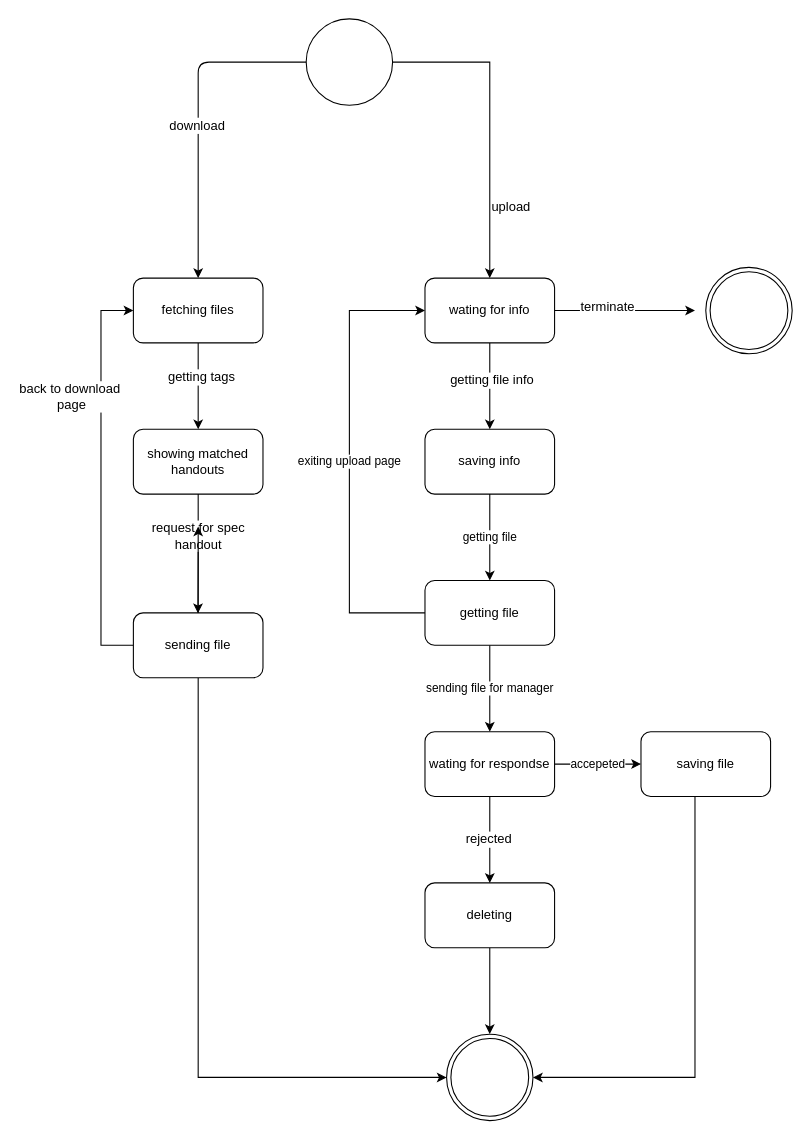
This is state diagram handout sharing.drawio from redZmortallancer/project-az-narm-1, a draw.io file, before an edit. Source tidied: cells renumbered, new cells numbered last; positions are measured from the earlier drawing's top-left corner, leaving out a move shared by most shapes. Both pictures are drawn from the tidied source at 108%, with x=0, y=0 at pixel (100, 18).
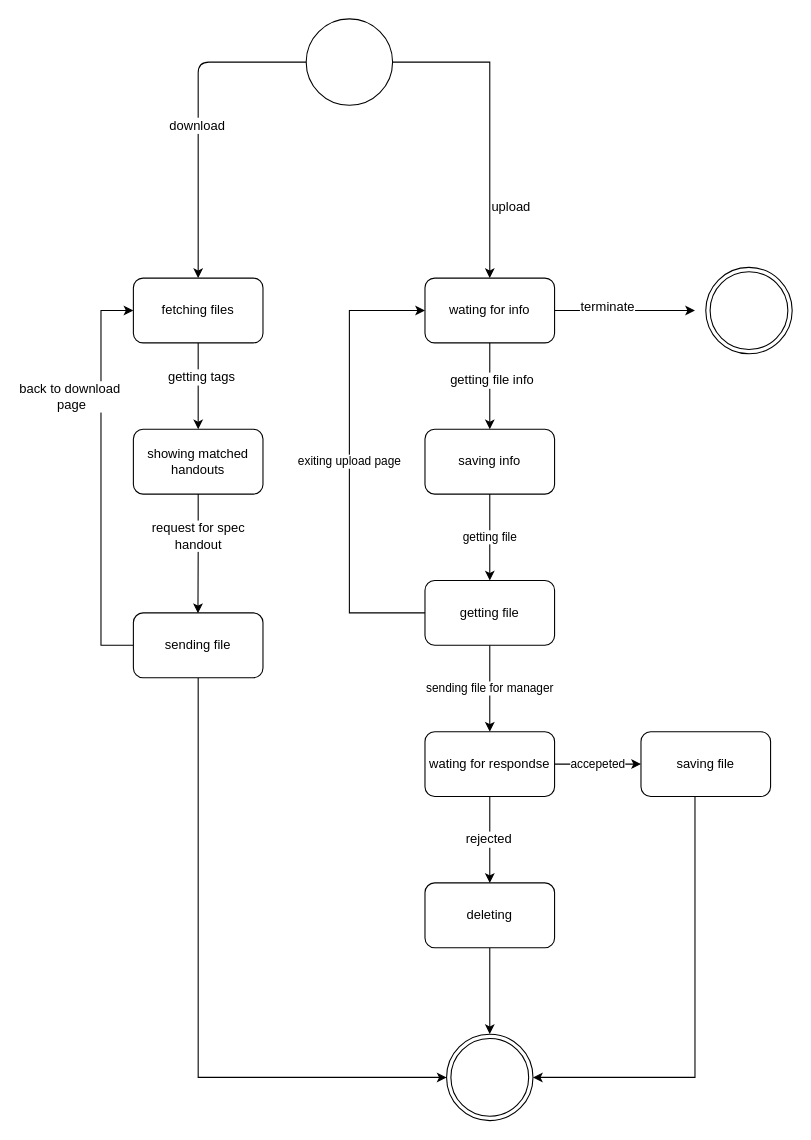
The same page after the edit.

Unchanged cells that the change refers to:
```xml
<mxCell id="36" value="sending file " style="rounded=1;whiteSpace=wrap;html=1;" parent="1" vertex="1">
  <mxGeometry x="30" y="550" width="120" height="60" as="geometry" />
</mxCell>
```

The edit, as a diff of the source:
```diff
@@
-    <mxCell id="35" style="edgeStyle=orthogonalEdgeStyle;rounded=0;jettySize=auto;html=1;" parent="1" edge="1" source="36">
-      <mxGeometry relative="1" as="geometry">
-        <mxPoint x="90" y="470" as="targetPoint" />
-      </mxGeometry>
-    </mxCell>
```
